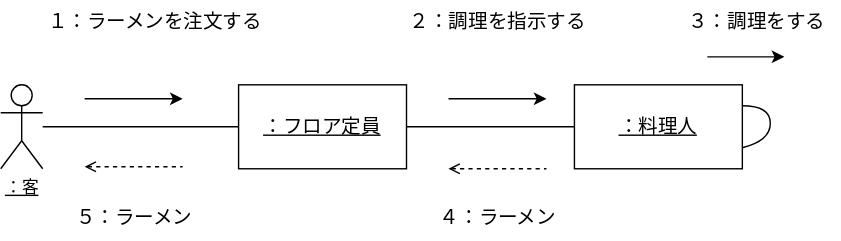
Above: 例題5-1_ラーメン注文配膳.drawio.svg in sakamotoshuri/uml_introduction (draw.io), before the change. Source tidied: cells renumbered, new cells last; positions are measured from the earlier drawing's top-left corner, leaving out a move shared by most shapes.
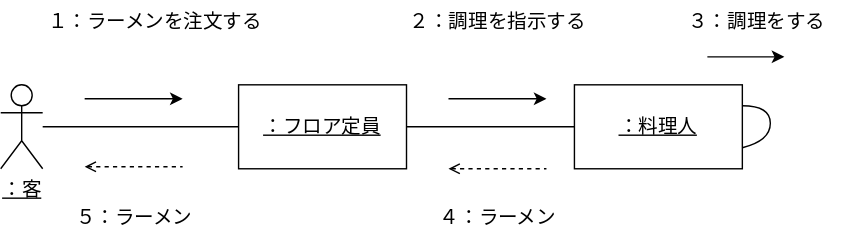
Above is the later version.

The edit, as a diff of the source:
```diff
@@ -5,7 +5,7 @@
     <mxCell id="2" style="edgeStyle=none;html=1;endArrow=none;endFill=0;" parent="1" edge="1" source="3" target="5">
       <mxGeometry relative="1" as="geometry" />
     </mxCell>
-    <mxCell id="3" value="&lt;u&gt;：客&lt;/u&gt;" style="shape=umlActor;verticalLabelPosition=bottom;verticalAlign=top;html=1;outlineConnect=0;" parent="1" vertex="1">
+    <mxCell id="3" value="&lt;u&gt;&lt;font style=&quot;font-size: 14px;&quot;&gt;：客&lt;/font&gt;&lt;/u&gt;" style="shape=umlActor;verticalLabelPosition=bottom;verticalAlign=top;html=1;outlineConnect=0;" parent="1" vertex="1">
       <mxGeometry y="60" width="30" height="60" as="geometry" />
     </mxCell>
     <mxCell id="4" style="edgeStyle=none;html=1;endArrow=none;endFill=0;" parent="1" edge="1" source="5" target="6">
```
